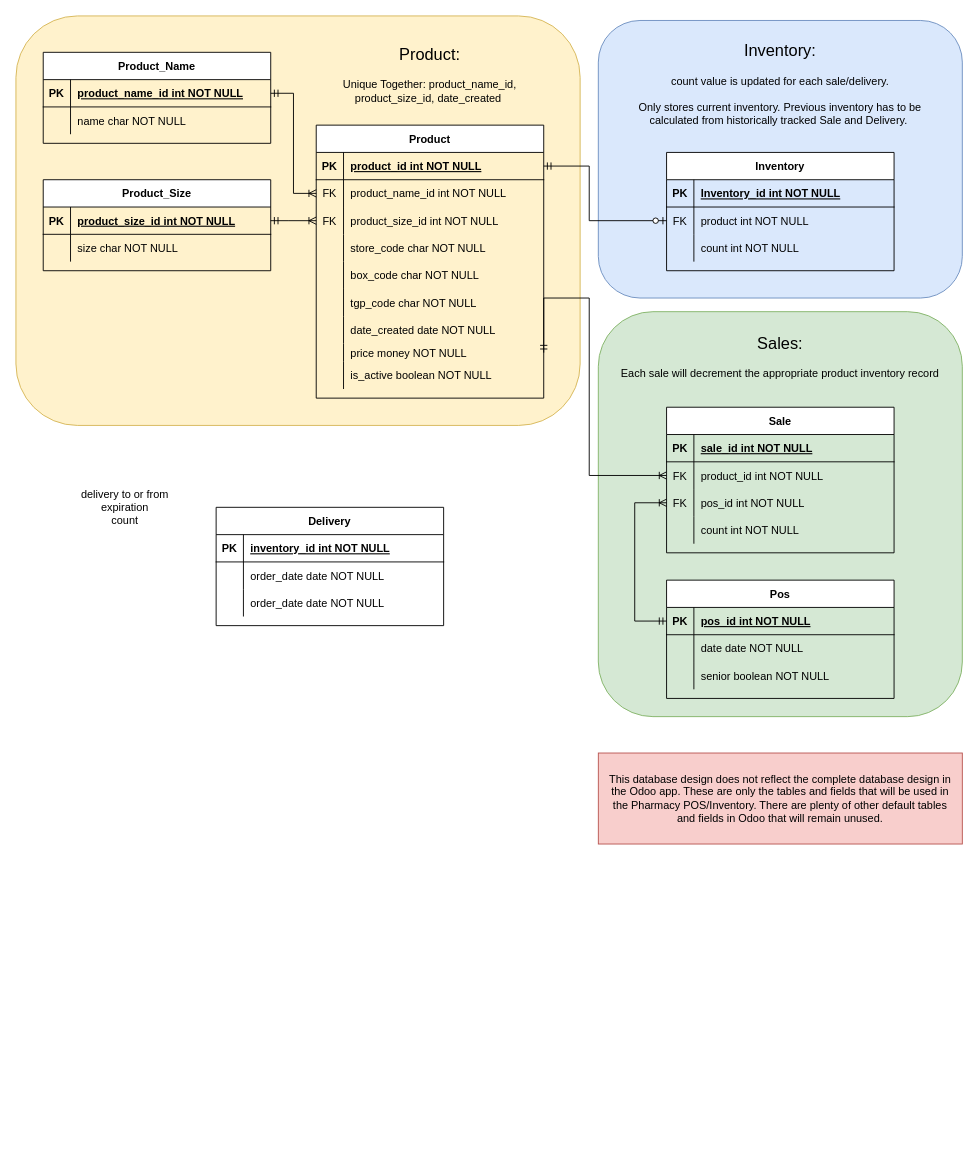
Above: db-design.drawio in thisLexic/pharma-pos (draw.io), before the change. Source tidied: cells renumbered, new cells numbered last; positions are measured from the earlier drawing's top-left corner, leaving out a move shared by most shapes. Both pictures are drawn from the tidied source at 91%, with x=0, y=0 at pixel (15, 15).
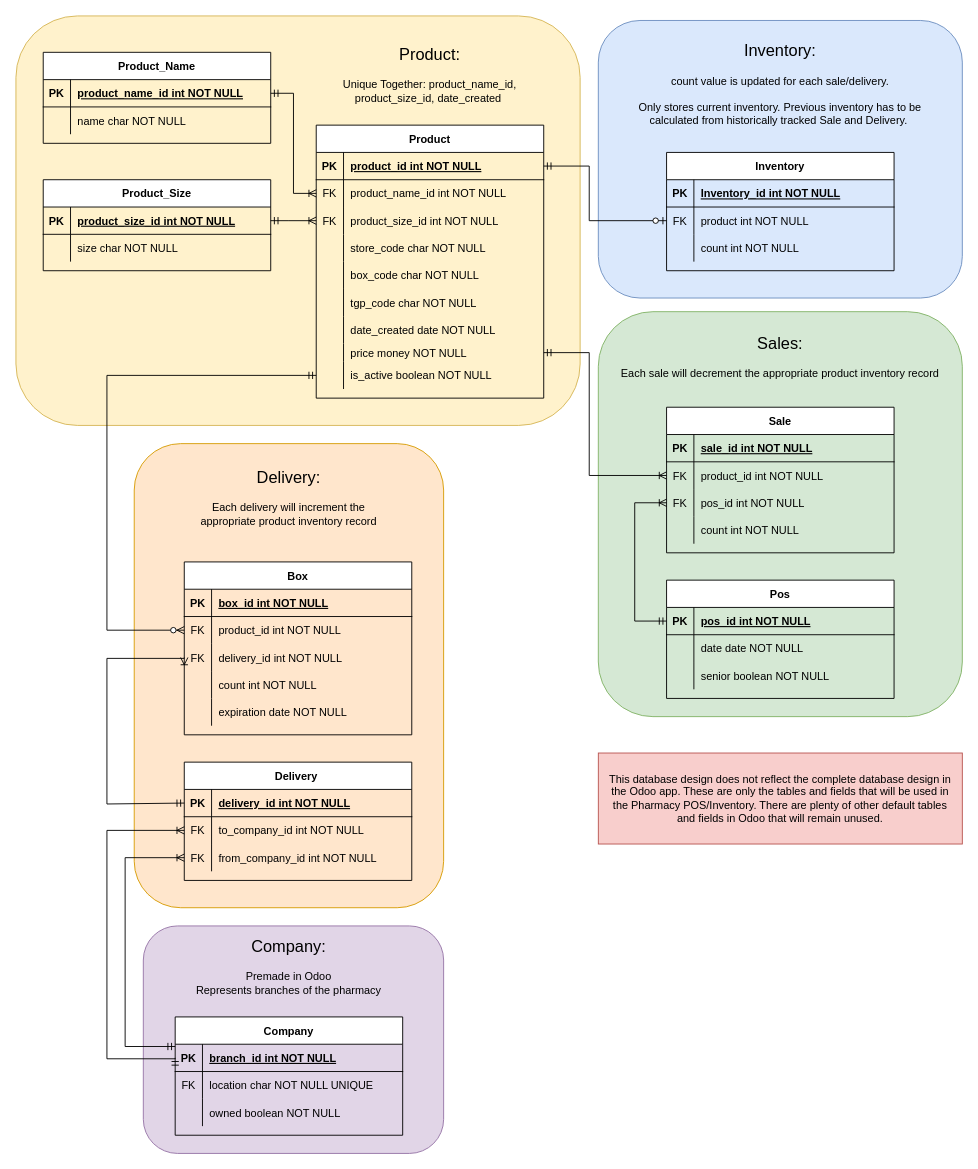
Above is the later version.

Commit message:
Finished the initial design for the database. added the company and delivery tables.

The change refers to these unchanged cells:
```xml
<mxCell id="7" style="shape=partialRectangle;fillColor=none;points=[[0,0.5],[1,0.5]];portConstraint=eastwest;top=0;left=0;right=0;bottom=1;" parent="6" vertex="1">
  <mxGeometry y="30" width="250" height="30" as="geometry" />
</mxCell>
<mxCell id="10" style="shape=partialRectangle;fillColor=none;points=[[0,0.5],[1,0.5]];portConstraint=eastwest;top=0;left=0;right=0;bottom=0;" parent="6" vertex="1">
  <mxGeometry y="60" width="250" height="30" as="geometry" />
</mxCell>
<mxCell id="13" style="shape=partialRectangle;fillColor=none;points=[[0,0.5],[1,0.5]];portConstraint=eastwest;top=0;left=0;right=0;bottom=0;" parent="6" vertex="1">
  <mxGeometry y="90" width="250" height="30" as="geometry" />
</mxCell>
<mxCell id="58" style="shape=partialRectangle;fillColor=none;points=[[0,0.5],[1,0.5]];portConstraint=eastwest;top=0;left=0;right=0;bottom=0;" parent="36" vertex="1">
  <mxGeometry y="240" width="250" height="20" as="geometry" />
</mxCell>
<mxCell id="61" style="shape=partialRectangle;fillColor=none;points=[[0,0.5],[1,0.5]];portConstraint=eastwest;top=0;left=0;right=0;bottom=0;" parent="36" vertex="1">
  <mxGeometry y="260" width="250" height="30" as="geometry" />
</mxCell>
<mxCell id="88" style="shape=partialRectangle;fillColor=none;points=[[0,0.5],[1,0.5]];portConstraint=eastwest;top=0;left=0;right=0;bottom=0;" parent="84" vertex="1">
  <mxGeometry y="60" width="250" height="30" as="geometry" />
</mxCell>
```

The edit, as a diff of the source:
```diff
@@
+    <mxCell id="101" style="rounded=1;whiteSpace=wrap;html=1;fillColor=#ffe6cc;strokeColor=#d79b00;" parent="1" vertex="1">
+      <mxGeometry x="130" y="470" width="340" height="510" as="geometry" />
+    </mxCell>
+    <mxCell id="102" style="rounded=1;whiteSpace=wrap;html=1;fillColor=#e1d5e7;strokeColor=#9673a6;" parent="1" vertex="1">
+      <mxGeometry x="140" y="1000" width="330" height="250" as="geometry" />
+    </mxCell>
@@
-    <mxCell id="6" value="Delivery" style="shape=table;startSize=30;childLayout=tableLayout;rowLines=0;fontStyle=1;align=center;" parent="1" vertex="1">
-      <mxGeometry x="220" y="540" width="250" height="130" as="geometry" />
+    <mxCell id="6" value="Delivery " style="shape=table;startSize=30;childLayout=tableLayout;rowLines=0;fontStyle=1;align=center;" parent="1" vertex="1">
+      <mxGeometry x="185" y="820" width="250" height="130" as="geometry" />
     </mxCell>
@@
-    <mxCell id="9" value="inventory_id int NOT NULL " style="shape=partialRectangle;overflow=hidden;fillColor=none;top=0;left=0;bottom=0;right=0;align=left;spacingLeft=6;fontStyle=5;" parent="7" vertex="1">
+    <mxCell id="9" value="delivery_id int NOT NULL " style="shape=partialRectangle;overflow=hidden;fillColor=none;top=0;left=0;bottom=0;right=0;align=left;spacingLeft=6;fontStyle=5;" parent="7" vertex="1">
       <mxGeometry x="30" width="220" height="30" as="geometry" />
     </mxCell>
@@
-    <mxCell id="11" style="shape=partialRectangle;overflow=hidden;fillColor=none;top=0;left=0;bottom=0;right=0;" parent="10" vertex="1">
+    <mxCell id="11" value="FK" style="shape=partialRectangle;overflow=hidden;fillColor=none;top=0;left=0;bottom=0;right=0;" parent="10" vertex="1">
       <mxGeometry width="30" height="30" as="geometry" />
     </mxCell>
-    <mxCell id="12" value="order_date date NOT NULL" style="shape=partialRectangle;overflow=hidden;fillColor=none;top=0;left=0;bottom=0;right=0;align=left;spacingLeft=6;" parent="10" vertex="1">
+    <mxCell id="12" value="to_company_id int NOT NULL" style="shape=partialRectangle;overflow=hidden;fillColor=none;top=0;left=0;bottom=0;right=0;align=left;spacingLeft=6;" parent="10" vertex="1">
       <mxGeometry x="30" width="220" height="30" as="geometry" />
     </mxCell>
@@
-    <mxCell id="14" style="shape=partialRectangle;overflow=hidden;fillColor=none;top=0;left=0;bottom=0;right=0;" parent="13" vertex="1">
+    <mxCell id="14" value="FK" style="shape=partialRectangle;overflow=hidden;fillColor=none;top=0;left=0;bottom=0;right=0;" parent="13" vertex="1">
       <mxGeometry width="30" height="30" as="geometry" />
     </mxCell>
-    <mxCell id="15" value="order_date date NOT NULL" style="shape=partialRectangle;overflow=hidden;fillColor=none;top=0;left=0;bottom=0;right=0;align=left;spacingLeft=6;" parent="13" vertex="1">
+    <mxCell id="15" value="from_company_id int NOT NULL" style="shape=partialRectangle;overflow=hidden;fillColor=none;top=0;left=0;bottom=0;right=0;align=left;spacingLeft=6;" parent="13" vertex="1">
       <mxGeometry x="30" width="220" height="30" as="geometry" />
     </mxCell>
@@
-    <mxCell id="83" value="delivery to or from&lt;br&gt;expiration&lt;br&gt;count" style="text;html=1;strokeColor=none;fillColor=none;align=center;verticalAlign=middle;whiteSpace=wrap;rounded=0;" parent="1" vertex="1">
-      <mxGeometry x="70" y="500" width="100" height="80" as="geometry" />
-    </mxCell>
@@
     <mxCell id="97" style="edgeStyle=orthogonalEdgeStyle;rounded=0;jettySize=auto;html=1;endArrow=ERoneToMany;endFill=0;startArrow=ERmandOne;startFill=0;entryX=0;entryY=0.5;entryDx=0;entryDy=0;exitX=1;exitY=0.5;exitDx=0;exitDy=0;" parent="1" edge="1" source="58" target="88">
       <mxGeometry relative="1" as="geometry">
         <Array as="points">
-          <mxPoint x="630" y="310" />
+          <mxPoint x="630" y="370" />
           <mxPoint x="630" y="505" />
         </Array>
       </mxGeometry>
     </mxCell>
@@
+    <mxCell id="103" value="Company" style="shape=table;startSize=30;childLayout=tableLayout;rowLines=0;fontStyle=1;align=center;" parent="1" vertex="1">
+      <mxGeometry x="175" y="1100" width="250" height="130" as="geometry" />
+    </mxCell>
+    <mxCell id="104" style="shape=partialRectangle;fillColor=none;points=[[0,0.5],[1,0.5]];portConstraint=eastwest;top=0;left=0;right=0;bottom=1;" parent="103" vertex="1">
+      <mxGeometry y="30" width="250" height="30" as="geometry" />
+    </mxCell>
+    <mxCell id="105" value="PK" style="shape=partialRectangle;overflow=hidden;fillColor=none;top=0;left=0;bottom=0;right=0;fontStyle=1;" parent="104" vertex="1">
+      <mxGeometry width="30" height="30" as="geometry" />
+    </mxCell>
+    <mxCell id="106" value="branch_id int NOT NULL " style="shape=partialRectangle;overflow=hidden;fillColor=none;top=0;left=0;bottom=0;right=0;align=left;spacingLeft=6;fontStyle=5;" parent="104" vertex="1">
+      <mxGeometry x="30" width="220" height="30" as="geometry" />
+    </mxCell>
+    <mxCell id="107" style="shape=partialRectangle;fillColor=none;top=0;left=0;right=0;bottom=0;" parent="103" vertex="1">
+      <mxGeometry y="60" width="250" height="30" as="geometry" />
+    </mxCell>
+    <mxCell id="108" value="FK" style="shape=partialRectangle;overflow=hidden;fillColor=none;top=0;left=0;bottom=0;right=0;" parent="107" vertex="1">
+      <mxGeometry width="30" height="30" as="geometry" />
+    </mxCell>
+    <mxCell id="109" value="location char NOT NULL UNIQUE" style="shape=partialRectangle;overflow=hidden;fillColor=none;top=0;left=0;bottom=0;right=0;align=left;spacingLeft=6;" parent="107" vertex="1">
+      <mxGeometry x="30" width="220" height="30" as="geometry" />
+    </mxCell>
+    <mxCell id="110" style="shape=partialRectangle;fillColor=none;top=0;left=0;right=0;bottom=0;" parent="103" vertex="1">
+      <mxGeometry y="90" width="250" height="30" as="geometry" />
+    </mxCell>
+    <mxCell id="111" style="shape=partialRectangle;overflow=hidden;fillColor=none;top=0;left=0;bottom=0;right=0;" parent="110" vertex="1">
+      <mxGeometry width="30" height="30" as="geometry" />
+    </mxCell>
+    <mxCell id="112" value="owned boolean NOT NULL" style="shape=partialRectangle;overflow=hidden;fillColor=none;top=0;left=0;bottom=0;right=0;align=left;spacingLeft=6;" parent="110" vertex="1">
+      <mxGeometry x="30" width="220" height="30" as="geometry" />
+    </mxCell>
+    <mxCell id="113" value="&lt;font style=&quot;font-size: 18px&quot;&gt;Company:&lt;/font&gt;&lt;br&gt;&lt;br&gt;Premade in Odoo&lt;br&gt;Represents branches of the pharmacy" style="text;html=1;strokeColor=none;fillColor=none;align=center;verticalAlign=middle;whiteSpace=wrap;rounded=0;" parent="1" vertex="1">
+      <mxGeometry x="195" y="1010" width="210" height="70" as="geometry" />
+    </mxCell>
+    <mxCell id="114" style="edgeStyle=orthogonalEdgeStyle;rounded=0;jettySize=auto;html=1;endArrow=ERoneToMany;endFill=0;startArrow=ERmandOne;startFill=0;entryX=0;entryY=0.5;entryDx=0;entryDy=0;exitX=0;exitY=0.5;exitDx=0;exitDy=0;" parent="1" edge="1" source="104" target="10">
+      <mxGeometry relative="1" as="geometry">
+        <Array as="points">
+          <mxPoint x="100" y="1146" />
+          <mxPoint x="100" y="895" />
+        </Array>
+      </mxGeometry>
+    </mxCell>
+    <mxCell id="115" style="edgeStyle=orthogonalEdgeStyle;rounded=0;jettySize=auto;html=1;endArrow=ERoneToMany;endFill=0;startArrow=ERmandOne;startFill=0;entryX=0;entryY=0.5;entryDx=0;entryDy=0;exitX=0;exitY=0.25;exitDx=0;exitDy=0;" parent="1" edge="1" source="103" target="13">
+      <mxGeometry relative="1" as="geometry">
+        <Array as="points">
+          <mxPoint x="120" y="1133" />
+          <mxPoint x="120" y="925" />
+        </Array>
+      </mxGeometry>
+    </mxCell>
+    <mxCell id="116" value="Box" style="shape=table;startSize=30;childLayout=tableLayout;rowLines=0;fontStyle=1;align=center;" parent="1" vertex="1">
+      <mxGeometry x="185" y="600" width="250" height="190" as="geometry" />
+    </mxCell>
+    <mxCell id="117" style="shape=partialRectangle;fillColor=none;top=0;left=0;right=0;bottom=1;" parent="116" vertex="1">
+      <mxGeometry y="30" width="250" height="30" as="geometry" />
+    </mxCell>
+    <mxCell id="118" value="PK" style="shape=partialRectangle;overflow=hidden;fillColor=none;top=0;left=0;bottom=0;right=0;fontStyle=1;" parent="117" vertex="1">
+      <mxGeometry width="30" height="30" as="geometry" />
+    </mxCell>
+    <mxCell id="119" value="box_id int NOT NULL " style="shape=partialRectangle;overflow=hidden;fillColor=none;top=0;left=0;bottom=0;right=0;align=left;spacingLeft=6;fontStyle=5;" parent="117" vertex="1">
+      <mxGeometry x="30" width="220" height="30" as="geometry" />
+    </mxCell>
+    <mxCell id="120" style="shape=partialRectangle;fillColor=none;points=[[0,0.5],[1,0.5]];portConstraint=eastwest;top=0;left=0;right=0;bottom=0;" parent="116" vertex="1">
+      <mxGeometry y="60" width="250" height="30" as="geometry" />
+    </mxCell>
+    <mxCell id="121" value="FK" style="shape=partialRectangle;overflow=hidden;fillColor=none;top=0;left=0;bottom=0;right=0;" parent="120" vertex="1">
+      <mxGeometry width="30" height="30" as="geometry" />
+    </mxCell>
+    <mxCell id="122" value="product_id int NOT NULL" style="shape=partialRectangle;overflow=hidden;fillColor=none;top=0;left=0;bottom=0;right=0;align=left;spacingLeft=6;" parent="120" vertex="1">
+      <mxGeometry x="30" width="220" height="30" as="geometry" />
+    </mxCell>
+    <mxCell id="123" style="shape=partialRectangle;fillColor=none;points=[[0,0.5],[1,0.5]];portConstraint=eastwest;top=0;left=0;right=0;bottom=0;" parent="116" vertex="1">
+      <mxGeometry y="90" width="250" height="30" as="geometry" />
+    </mxCell>
+    <mxCell id="124" value="FK" style="shape=partialRectangle;overflow=hidden;fillColor=none;top=0;left=0;bottom=0;right=0;" parent="123" vertex="1">
+      <mxGeometry width="30" height="30" as="geometry" />
+    </mxCell>
+    <mxCell id="125" value="delivery_id int NOT NULL" style="shape=partialRectangle;overflow=hidden;fillColor=none;top=0;left=0;bottom=0;right=0;align=left;spacingLeft=6;" parent="123" vertex="1">
+      <mxGeometry x="30" width="220" height="30" as="geometry" />
+    </mxCell>
+    <mxCell id="126" style="shape=partialRectangle;fillColor=none;top=0;left=0;right=0;bottom=0;" parent="116" vertex="1">
+      <mxGeometry y="120" width="250" height="30" as="geometry" />
+    </mxCell>
+    <mxCell id="127" style="shape=partialRectangle;overflow=hidden;fillColor=none;top=0;left=0;bottom=0;right=0;" parent="126" vertex="1">
+      <mxGeometry width="30" height="30" as="geometry" />
+    </mxCell>
+    <mxCell id="128" value="count int NOT NULL" style="shape=partialRectangle;overflow=hidden;fillColor=none;top=0;left=0;bottom=0;right=0;align=left;spacingLeft=6;" parent="126" vertex="1">
+      <mxGeometry x="30" width="220" height="30" as="geometry" />
+    </mxCell>
+    <mxCell id="129" style="shape=partialRectangle;fillColor=none;top=0;left=0;right=0;bottom=0;" parent="116" vertex="1">
+      <mxGeometry y="150" width="250" height="30" as="geometry" />
+    </mxCell>
+    <mxCell id="130" style="shape=partialRectangle;overflow=hidden;fillColor=none;top=0;left=0;bottom=0;right=0;" parent="129" vertex="1">
+      <mxGeometry width="30" height="30" as="geometry" />
+    </mxCell>
+    <mxCell id="131" value="expiration date NOT NULL" style="shape=partialRectangle;overflow=hidden;fillColor=none;top=0;left=0;bottom=0;right=0;align=left;spacingLeft=6;" parent="129" vertex="1">
+      <mxGeometry x="30" width="220" height="30" as="geometry" />
+    </mxCell>
+    <mxCell id="132" style="edgeStyle=orthogonalEdgeStyle;rounded=0;jettySize=auto;html=1;exitX=0;exitY=0.5;exitDx=0;exitDy=0;entryX=0;entryY=0.5;entryDx=0;entryDy=0;endArrow=ERmandOne;endFill=0;startArrow=ERzeroToMany;startFill=1;" parent="1" edge="1" source="120" target="61">
+      <mxGeometry relative="1" as="geometry">
+        <Array as="points">
+          <mxPoint x="100" y="675" />
+          <mxPoint x="100" y="395" />
+        </Array>
+      </mxGeometry>
+    </mxCell>
+    <mxCell id="133" style="edgeStyle=orthogonalEdgeStyle;rounded=0;jettySize=auto;html=1;exitX=0;exitY=0.5;exitDx=0;exitDy=0;entryX=0;entryY=0.5;entryDx=0;entryDy=0;startArrow=ERoneToMany;startFill=0;endArrow=ERmandOne;endFill=0;" parent="1" edge="1" source="123" target="7">
+      <mxGeometry relative="1" as="geometry">
+        <Array as="points">
+          <mxPoint x="100" y="706" />
+          <mxPoint x="100" y="866" />
+          <mxPoint x="185" y="866" />
+        </Array>
+      </mxGeometry>
+    </mxCell>
+    <mxCell id="134" value="&lt;font style=&quot;font-size: 18px&quot;&gt;Delivery:&lt;/font&gt;&lt;br&gt;&lt;br&gt;Each delivery will increment the appropriate product inventory record" style="text;html=1;strokeColor=none;fillColor=none;align=center;verticalAlign=middle;whiteSpace=wrap;rounded=0;" parent="1" vertex="1">
+      <mxGeometry x="195" y="495" width="210" height="70" as="geometry" />
+    </mxCell>
```
